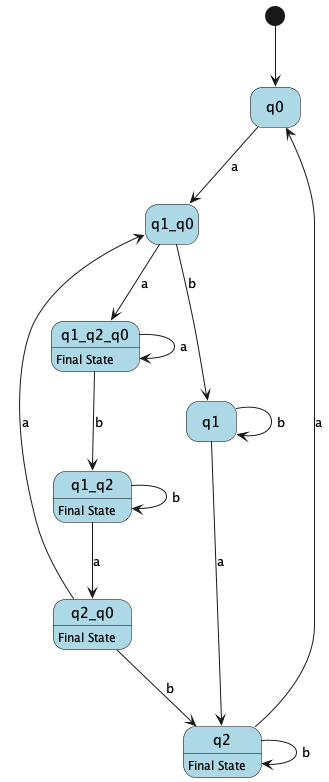
The PlantUML diagram graph.png in mcittkmims/lfa_labs, before a commit.
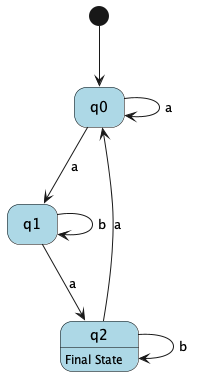
After the commit.

Diff of the diagram source:
```diff
@@ -5,21 +5,11 @@
   BorderColor Black
 }
 [*] --> q0
-q1_q2 : Final State
 q2 : Final State
-q1_q2_q0 : Final State
-q2_q0 : Final State
 q2 --> q0 : a
-q0 --> q1_q0 : a
+q0 --> q1 : a
+q0 --> q0 : a
 q1 --> q1 : b
 q1 --> q2 : a
 q2 --> q2 : b
-q2_q0 --> q1_q0 : a
-q2_q0 --> q2 : b
-q1_q2 --> q2_q0 : a
-q1_q2 --> q1_q2 : b
-q1_q0 --> q1_q2_q0 : a
-q1_q0 --> q1 : b
-q1_q2_q0 --> q1_q2 : b
-q1_q2_q0 --> q1_q2_q0 : a
 @enduml
```
